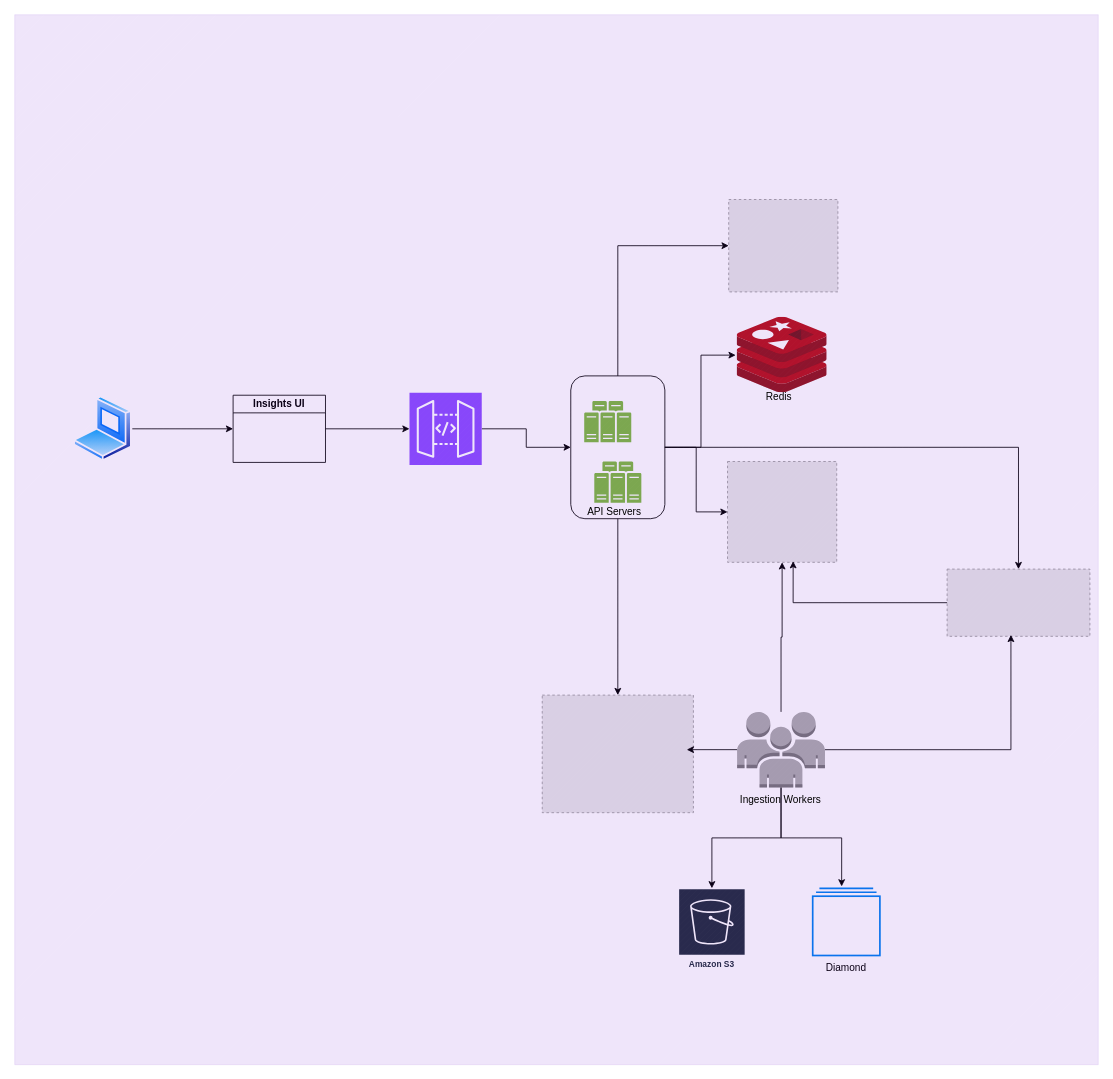
This is Untitled Diagram.drawio from yogeshsherawat/AdBlocker, a draw.io file, before an edit. Source tidied: cells renumbered, new cells numbered last; positions are measured from the earlier drawing's top-left corner, leaving out a move shared by most shapes. Both pictures are drawn from the tidied source at 84%, with x=0, y=0 at pixel (14, 14). Pictures stored in the file or linked from it are replaced by grey dashed boxes.
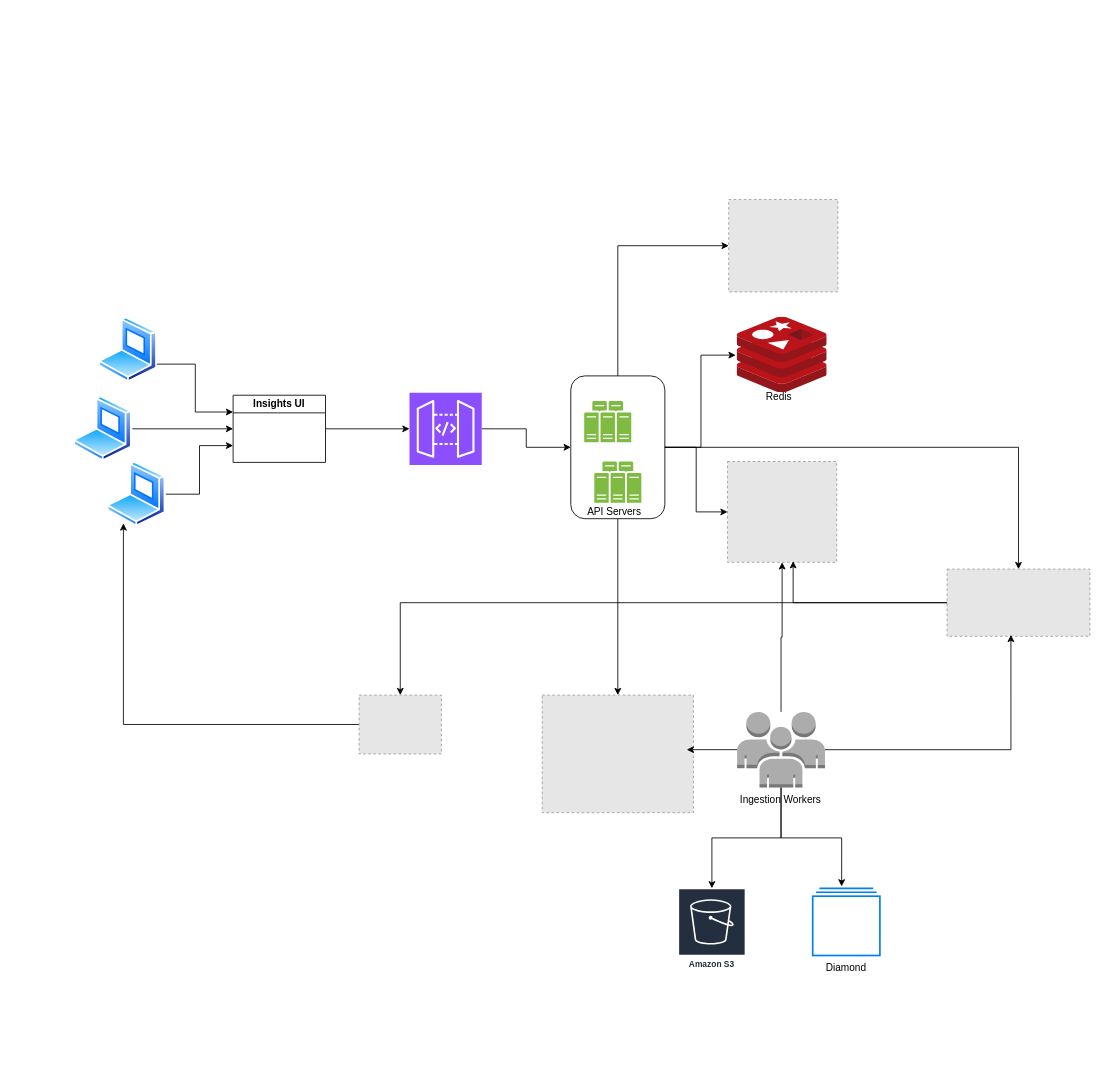
After the change.

Unchanged cells that the change refers to:
```xml
<mxCell id="9" value="Insights UI" style="swimlane;whiteSpace=wrap;html=1;startSize=21;" parent="1" vertex="1">
  <mxGeometry x="260" y="453" width="110" height="80" as="geometry" />
</mxCell>
<mxCell id="21" style="fillColor=#E6E6E6;strokeColor=#999999;dashed=1;verticalLabelPosition=bottom;verticalAlign=top;" parent="1" vertex="1">
  <mxGeometry x="1110" y="660" width="170" height="80" as="geometry" />
</mxCell>
```

Diff of the diagram source:
```diff
@@
+    <mxCell id="35" style="edgeStyle=orthogonalEdgeStyle;rounded=0;jettySize=auto;html=1;entryX=0.5;entryY=0;entryDx=0;entryDy=0;" parent="1" edge="1" source="21" target="41">
+      <mxGeometry relative="1" as="geometry" />
+    </mxCell>
@@
-    <mxCell id="31" style="verticalLabelPosition=bottom;verticalAlign=top;html=1;shape=mxgraph.basic.patternFillRect;fillStyle=diag;step=5;fillStrokeWidth=0.2;fillStrokeColor=#dddddd;gradientColor=none;fillColor=#6600CC;strokeColor=#6600CC;opacity=10;" parent="1" vertex="1">
-      <mxGeometry width="1290" height="1250" as="geometry" />
-    </mxCell>
@@
+    <mxCell id="36" style="edgeStyle=orthogonalEdgeStyle;rounded=0;jettySize=auto;html=1;exitX=1;exitY=0.75;exitDx=0;exitDy=0;entryX=0;entryY=0.25;entryDx=0;entryDy=0;" parent="1" edge="1" source="37" target="9">
+      <mxGeometry relative="1" as="geometry" />
+    </mxCell>
+    <mxCell id="37" style="image;perimeter=ellipsePerimeter;html=1;align=center;shadow=0;dashed=0;spacingTop=3;image=img/lib/active_directory/laptop_client.svg;" parent="1" vertex="1">
+      <mxGeometry x="100" y="360" width="70" height="77.8" as="geometry" />
+    </mxCell>
+    <mxCell id="38" style="edgeStyle=orthogonalEdgeStyle;rounded=0;jettySize=auto;html=1;entryX=0;entryY=0.75;entryDx=0;entryDy=0;" parent="1" edge="1" source="39" target="9">
+      <mxGeometry relative="1" as="geometry" />
+    </mxCell>
+    <mxCell id="39" style="image;perimeter=ellipsePerimeter;html=1;align=center;shadow=0;dashed=0;spacingTop=3;image=img/lib/active_directory/laptop_client.svg;" parent="1" vertex="1">
+      <mxGeometry x="110" y="531.9" width="70" height="77.8" as="geometry" />
+    </mxCell>
+    <mxCell id="40" style="edgeStyle=orthogonalEdgeStyle;rounded=0;jettySize=auto;html=1;entryX=0.25;entryY=1;entryDx=0;entryDy=0;" parent="1" edge="1" source="41" target="39">
+      <mxGeometry relative="1" as="geometry" />
+    </mxCell>
+    <mxCell id="41" style="fillColor=#E6E6E6;strokeColor=#999999;dashed=1;verticalLabelPosition=bottom;verticalAlign=top;" parent="1" vertex="1">
+      <mxGeometry x="410" y="810" width="98" height="70" as="geometry" />
+    </mxCell>
```
